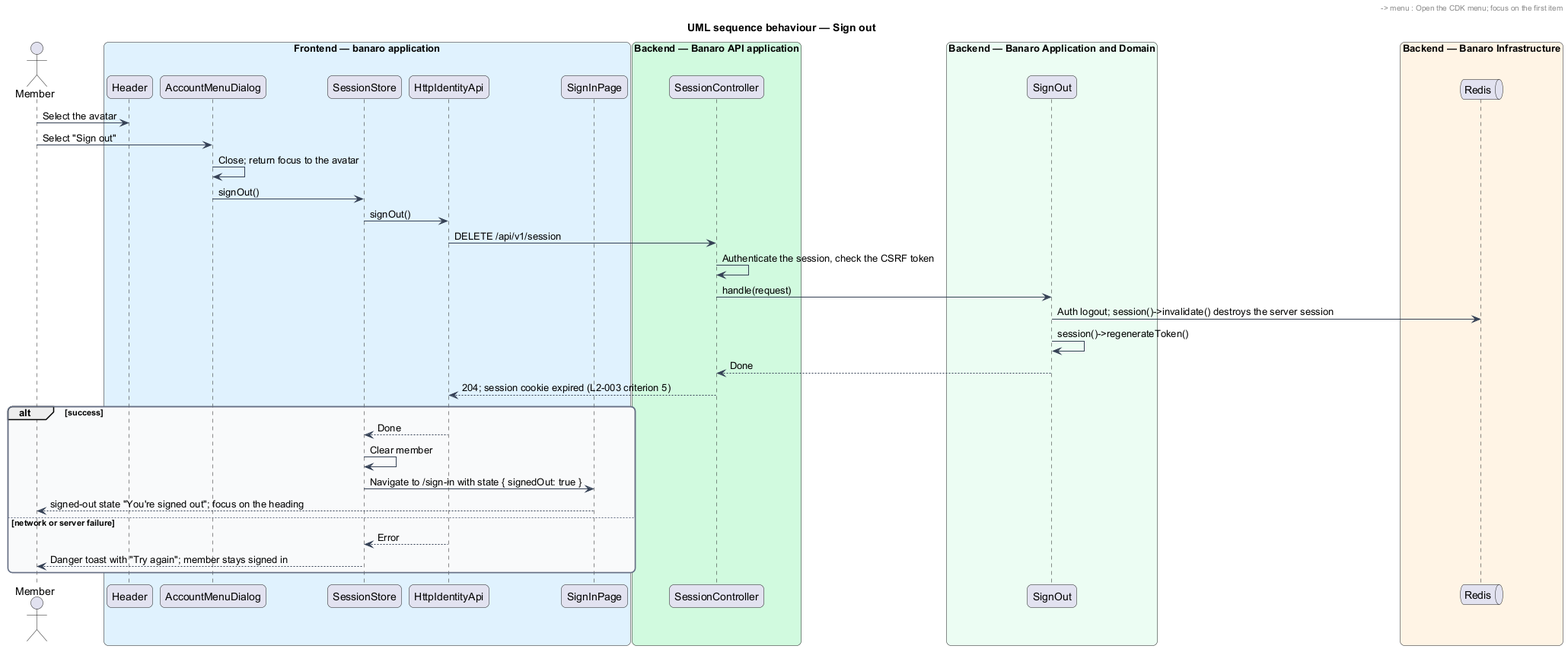
Earlier version of the PlantUML export docs/detailed-designs/identity/sign-in-and-sign-out/diagrams/sequence-sign-out.png (QuinntyneBrown/banaro).
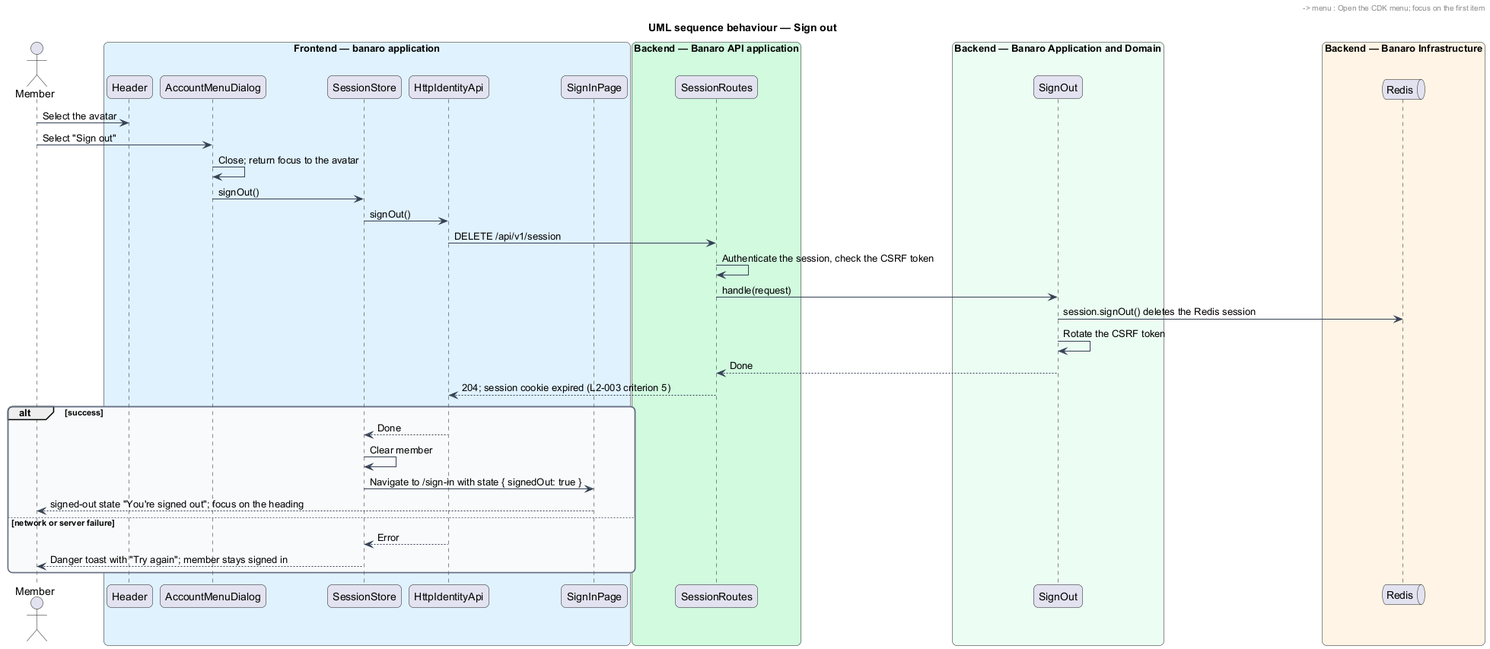
The same diagram one commit later.

Change to the diagram source:
```diff
@@ -23,7 +23,7 @@
   participant "SignInPage" as page
 end box
 box "Backend — Banaro API application" #D1FADF
-  participant "SessionController" as controller
+  participant "SessionRoutes" as controller
 end box
 box "Backend — Banaro Application and Domain" #ECFDF3
   participant "SignOut" as action
@@ -41,8 +41,8 @@
 client -> controller : DELETE /api/v1/session
 controller -> controller : Authenticate the session, check the CSRF token
 controller -> action : handle(request)
-action -> redis : Auth logout; session()->invalidate() destroys the server session
-action -> action : session()->regenerateToken()
+action -> redis : session.signOut() deletes the Redis session
+action -> action : Rotate the CSRF token
 action --> controller : Done
 controller --> client : 204; session cookie expired (L2-003 criterion 5)
 alt success
```
